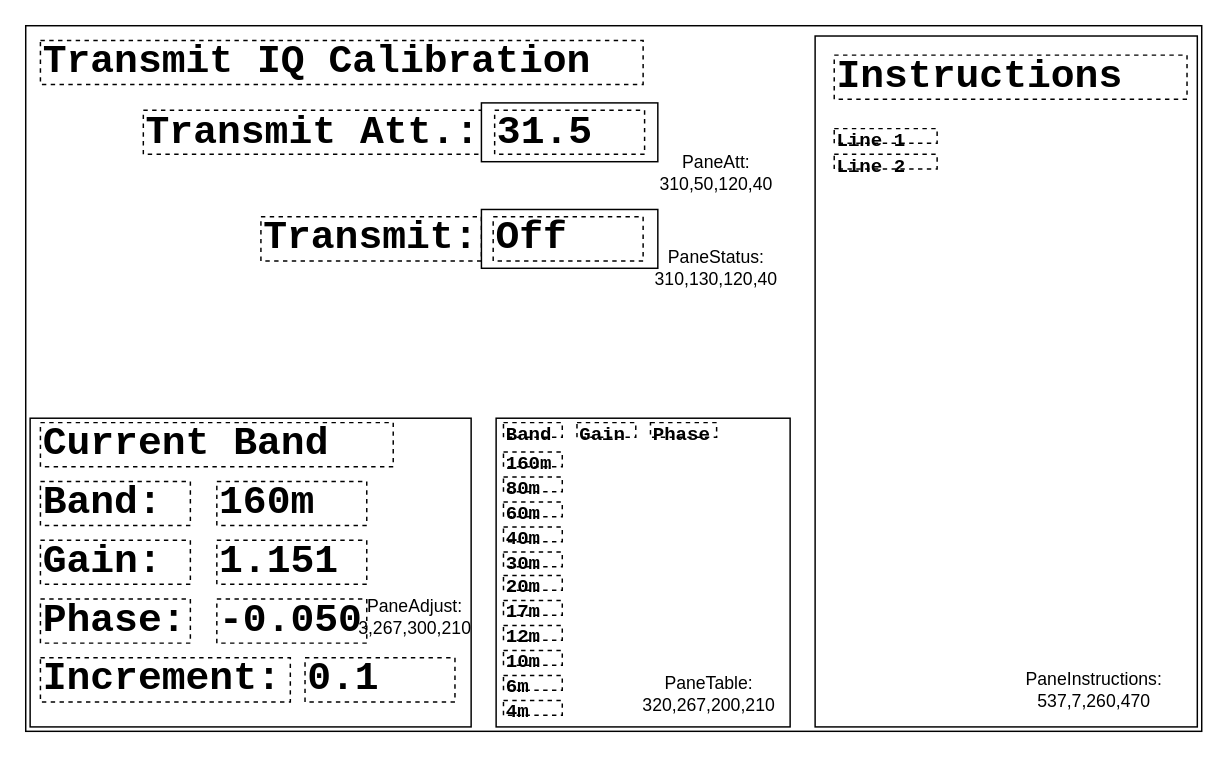
Above: page "Transmit IQ Cal" (3 of 4) of code/docs/window_panes.drawio in KI3P/Phoenix (draw.io), before the change. Source tidied: cells renumbered, new cells numbered last; positions are measured from the earlier drawing's top-left corner, leaving out a move shared by most shapes. Both pictures are drawn from the tidied source at 147%, with x=0, y=0 at pixel (25, 25).
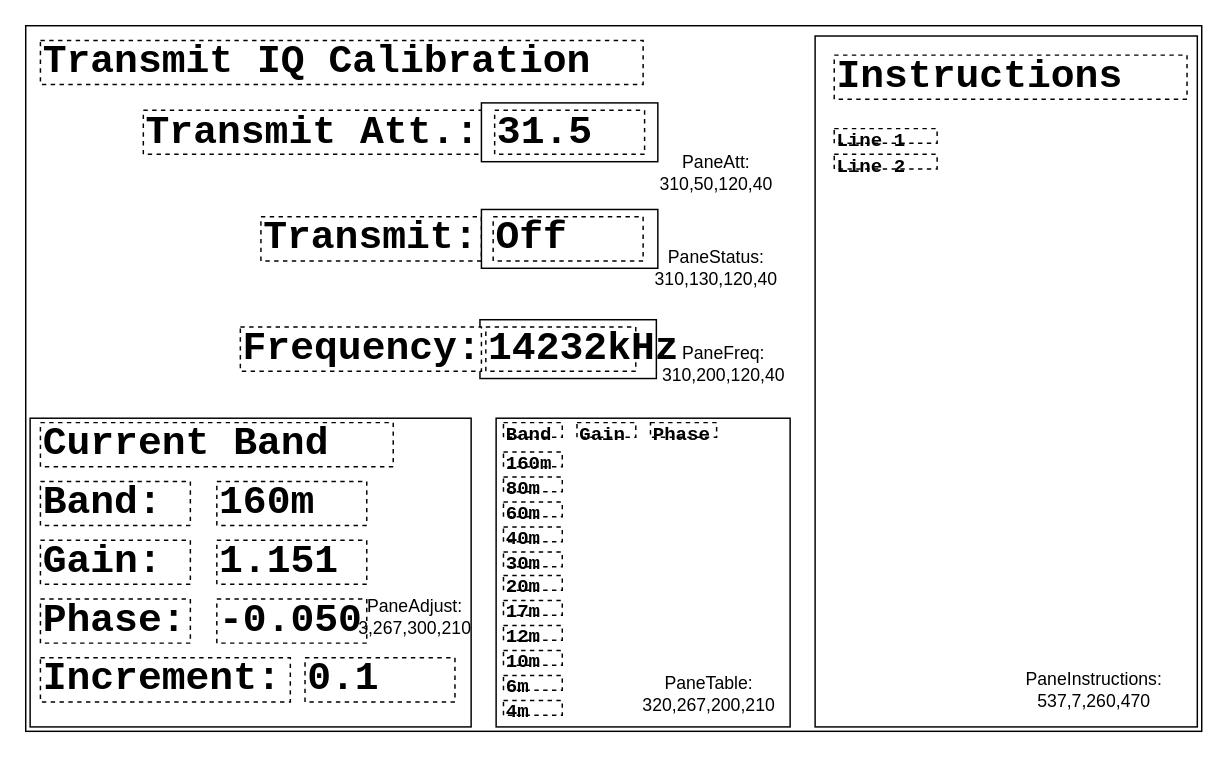
The same diagram, later.

The edit, as a diff of the source:
```diff
@@
+    <mxCell id="44" style="rounded=0;whiteSpace=wrap;html=1;" parent="1" vertex="1">
+      <mxGeometry x="309" y="200" width="120" height="40" as="geometry" />
+    </mxCell>
+    <mxCell id="45" value="Frequency:" style="rounded=0;whiteSpace=wrap;html=1;fontFamily=Courier New;fontSize=27;fontStyle=1;align=left;dashed=1;" parent="1" vertex="1">
+      <mxGeometry x="146" y="205" width="164" height="30" as="geometry" />
+    </mxCell>
+    <mxCell id="46" value="PaneFreq: 310,200,120,40" style="text;html=1;whiteSpace=wrap;strokeColor=none;fillColor=none;align=center;verticalAlign=middle;rounded=0;" parent="1" vertex="1">
+      <mxGeometry x="420" y="205" width="110" height="50" as="geometry" />
+    </mxCell>
+    <mxCell id="47" value="14232kHz" style="rounded=0;whiteSpace=wrap;html=1;fontFamily=Courier New;fontSize=27;fontStyle=1;align=left;dashed=1;" parent="1" vertex="1">
+      <mxGeometry x="313" y="205" width="102" height="30" as="geometry" />
+    </mxCell>
```
